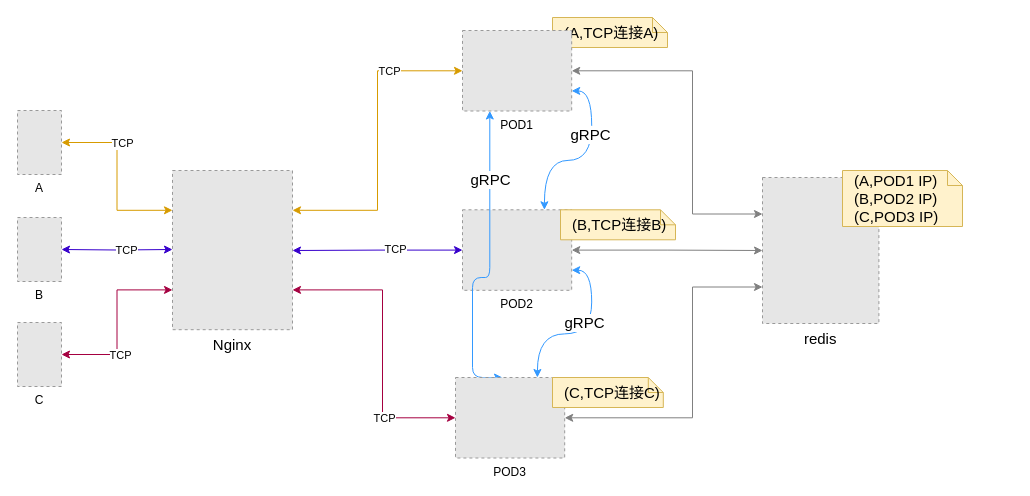
Above: tcp集群-nginx+redis+gRPC.drawio in yzzh9/yzzh9 (draw.io), before the change. Source tidied: cells renumbered, new cells numbered last; positions are measured from the earlier drawing's top-left corner, leaving out a move shared by most shapes. Both pictures are drawn from the tidied source at 100%, with x=0, y=0 at pixel (17, 17). Pictures stored in the file or linked from it are replaced by grey dashed boxes.
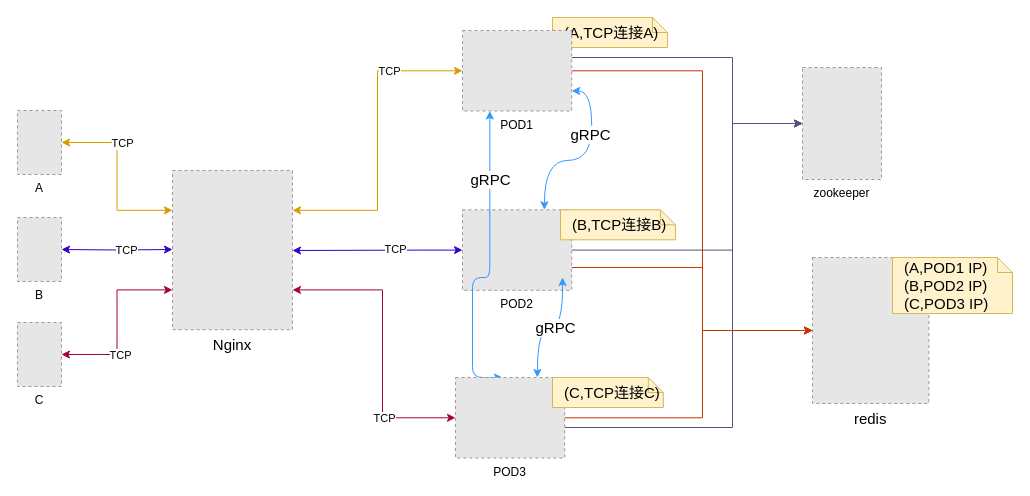
Above is the later version.

The change refers to these unchanged cells:
```xml
<mxCell id="13" value="POD1" style="fillColor=#E6E6E6;strokeColor=#999999;dashed=1;verticalLabelPosition=bottom;labelBackgroundColor=#ffffff;verticalAlign=top;" parent="1" vertex="1">
  <mxGeometry x="445" y="13" width="109.2" height="80.5" as="geometry" />
</mxCell>
<mxCell id="22" value="POD2" style="fillColor=#E6E6E6;strokeColor=#999999;dashed=1;verticalLabelPosition=bottom;labelBackgroundColor=#ffffff;verticalAlign=top;" parent="1" vertex="1">
  <mxGeometry x="445" y="192.3" width="109.2" height="80.5" as="geometry" />
</mxCell>
<mxCell id="30" value="POD3" style="fillColor=#E6E6E6;strokeColor=#999999;dashed=1;verticalLabelPosition=bottom;labelBackgroundColor=#ffffff;verticalAlign=top;" parent="1" vertex="1">
  <mxGeometry x="438" y="360" width="109.2" height="80.5" as="geometry" />
</mxCell>
```

The edit, as a diff of the source:
```diff
@@
-    <mxCell id="12" style="edgeStyle=orthogonalEdgeStyle;rounded=0;jettySize=auto;html=1;entryX=0;entryY=0.25;entryDx=0;entryDy=0;startArrow=classic;startFill=1;strokeColor=#808080;fontSize=15;" parent="1" edge="1" source="13" target="33">
+    <mxCell id="12" style="edgeStyle=orthogonalEdgeStyle;rounded=0;jettySize=auto;html=1;startArrow=none;startFill=0;strokeColor=#C73500;fontSize=15;entryX=0;entryY=0.5;entryDx=0;entryDy=0;fillColor=#fa6800;" parent="1" edge="1" source="13" target="33">
       <mxGeometry relative="1" as="geometry">
         <Array as="points">
-          <mxPoint x="675" y="53" />
-          <mxPoint x="675" y="197" />
+          <mxPoint x="685" y="53" />
+          <mxPoint x="685" y="313" />
         </Array>
       </mxGeometry>
     </mxCell>
+    <mxCell id="35" style="edgeStyle=orthogonalEdgeStyle;rounded=0;jettySize=auto;html=1;entryX=0;entryY=0.5;entryDx=0;entryDy=0;startArrow=none;startFill=0;fillColor=#d0cee2;strokeColor=#56517e;" parent="1" edge="1" source="13" target="38">
+      <mxGeometry relative="1" as="geometry">
+        <Array as="points">
+          <mxPoint x="715" y="40" />
+          <mxPoint x="715" y="106" />
+        </Array>
+      </mxGeometry>
+    </mxCell>
@@
     <mxCell id="17" style="edgeStyle=orthogonalEdgeStyle;rounded=0;jettySize=auto;html=1;startArrow=classic;startFill=1;strokeColor=#3700CC;fillColor=#6a00ff;" parent="1" edge="1" source="22">
       <mxGeometry relative="1" as="geometry">
         <mxPoint x="275" y="233" as="targetPoint" />
+        <Array as="points">
+          <mxPoint x="405" y="233" />
+          <mxPoint x="405" y="233" />
+        </Array>
       </mxGeometry>
     </mxCell>
@@
-    <mxCell id="19" style="edgeStyle=orthogonalEdgeStyle;rounded=0;jettySize=auto;html=1;entryX=0;entryY=0.5;entryDx=0;entryDy=0;startArrow=classic;startFill=1;strokeColor=#808080;fontSize=15;" parent="1" edge="1" source="22" target="33">
-      <mxGeometry relative="1" as="geometry" />
+    <mxCell id="19" style="edgeStyle=orthogonalEdgeStyle;rounded=0;jettySize=auto;html=1;entryX=0;entryY=0.5;entryDx=0;entryDy=0;startArrow=none;startFill=0;strokeColor=#C73500;fontSize=15;fillColor=#fa6800;" parent="1" edge="1" source="22" target="33">
+      <mxGeometry relative="1" as="geometry">
+        <Array as="points">
+          <mxPoint x="685" y="250" />
+          <mxPoint x="685" y="313" />
+        </Array>
+      </mxGeometry>
     </mxCell>
@@
+    <mxCell id="36" style="edgeStyle=orthogonalEdgeStyle;rounded=0;jettySize=auto;html=1;entryX=0;entryY=0.5;entryDx=0;entryDy=0;startArrow=none;startFill=0;fillColor=#d0cee2;strokeColor=#56517e;" parent="1" edge="1" source="22" target="38">
+      <mxGeometry relative="1" as="geometry">
+        <Array as="points">
+          <mxPoint x="715" y="233" />
+          <mxPoint x="715" y="106" />
+        </Array>
+      </mxGeometry>
+    </mxCell>
@@
-    <mxCell id="25" style="edgeStyle=orthogonalEdgeStyle;rounded=0;jettySize=auto;html=1;startArrow=classic;startFill=1;strokeColor=#808080;fontSize=15;entryX=0;entryY=0.75;entryDx=0;entryDy=0;" parent="1" edge="1" source="30" target="33">
+    <mxCell id="25" style="edgeStyle=orthogonalEdgeStyle;rounded=0;jettySize=auto;html=1;startArrow=none;startFill=0;strokeColor=#C73500;fontSize=15;entryX=0;entryY=0.5;entryDx=0;entryDy=0;fillColor=#fa6800;" parent="1" edge="1" source="30" target="33">
       <mxGeometry relative="1" as="geometry">
         <Array as="points">
-          <mxPoint x="675" y="400" />
-          <mxPoint x="675" y="270" />
+          <mxPoint x="685" y="400" />
+          <mxPoint x="685" y="313" />
         </Array>
       </mxGeometry>
     </mxCell>
@@
-    <mxCell id="28" style="edgeStyle=orthogonalEdgeStyle;curved=1;rounded=1;jettySize=auto;html=1;entryX=1;entryY=0.75;entryDx=0;entryDy=0;startArrow=classic;startFill=1;endArrow=classic;endFill=1;strokeColor=#3399FF;strokeWidth=1;fontSize=15;exitX=0.75;exitY=0;exitDx=0;exitDy=0;" parent="1" edge="1" source="30" target="22">
-      <mxGeometry relative="1" as="geometry" />
+    <mxCell id="28" style="edgeStyle=orthogonalEdgeStyle;curved=1;rounded=1;jettySize=auto;html=1;startArrow=classic;startFill=1;endArrow=classic;endFill=1;strokeColor=#3399FF;strokeWidth=1;fontSize=15;exitX=0.75;exitY=0;exitDx=0;exitDy=0;" parent="1" edge="1" source="30">
+      <mxGeometry relative="1" as="geometry">
+        <mxPoint x="545" y="260" as="targetPoint" />
+      </mxGeometry>
     </mxCell>
@@
+    <mxCell id="37" style="edgeStyle=orthogonalEdgeStyle;rounded=0;jettySize=auto;html=1;entryX=0;entryY=0.5;entryDx=0;entryDy=0;startArrow=none;startFill=0;fillColor=#d0cee2;strokeColor=#56517e;" parent="1" edge="1" source="30" target="38">
+      <mxGeometry relative="1" as="geometry">
+        <Array as="points">
+          <mxPoint x="715" y="410" />
+          <mxPoint x="715" y="106" />
+        </Array>
+      </mxGeometry>
+    </mxCell>
@@
     <mxCell id="33" value="redis" style="fillColor=#E6E6E6;strokeColor=#999999;dashed=1;verticalLabelPosition=bottom;labelBackgroundColor=#ffffff;verticalAlign=top;fontSize=15;" parent="1" vertex="1">
-      <mxGeometry x="745" y="160" width="116.4" height="146" as="geometry" />
+      <mxGeometry x="795" y="240" width="116.4" height="146" as="geometry" />
     </mxCell>
     <mxCell id="34" value="&lt;font style=&quot;font-size: 15px&quot;&gt;(A,POD1 IP)&lt;br&gt;(B,POD2 IP)&lt;br&gt;(C,POD3 IP)&lt;br&gt;&lt;/font&gt;" style="shape=note;size=15;align=left;spacingLeft=10;html=1;whiteSpace=wrap;fillColor=#fff2cc;strokeColor=#d6b656;" parent="1" vertex="1">
-      <mxGeometry x="825" y="153" width="120" height="56" as="geometry" />
+      <mxGeometry x="875" y="240" width="120" height="56" as="geometry" />
     </mxCell>
+    <mxCell id="38" value="zookeeper" style="fillColor=#E6E6E6;strokeColor=#999999;dashed=1;verticalLabelPosition=bottom;labelBackgroundColor=#ffffff;verticalAlign=top;" parent="1" vertex="1">
+      <mxGeometry x="785" y="50" width="79" height="112" as="geometry" />
+    </mxCell>
```
